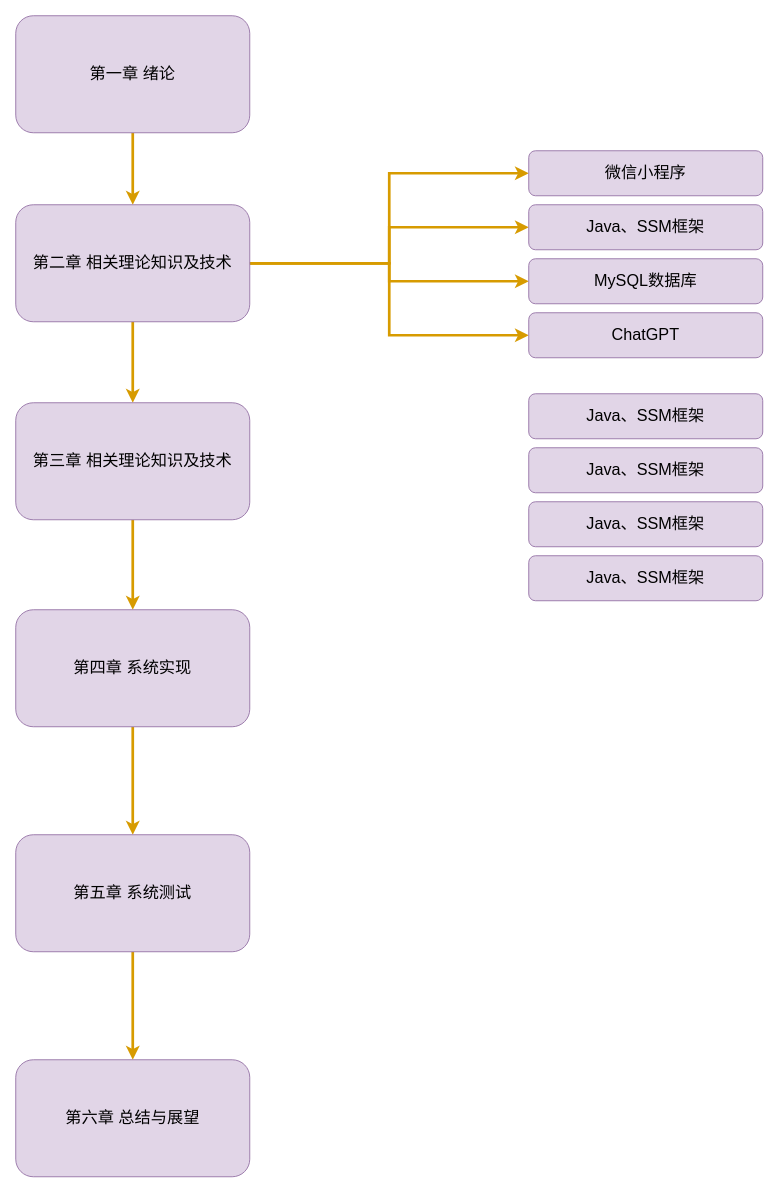
The draw.io diagram 文章结构图.drawio in ov0-0vo/1, before the edit. Source tidied: cells renumbered, new cells numbered last; positions are measured from the earlier drawing's top-left corner, leaving out a move shared by most shapes. Both pictures are drawn from the tidied source at 90%, with x=0, y=0 at pixel (15, 15).
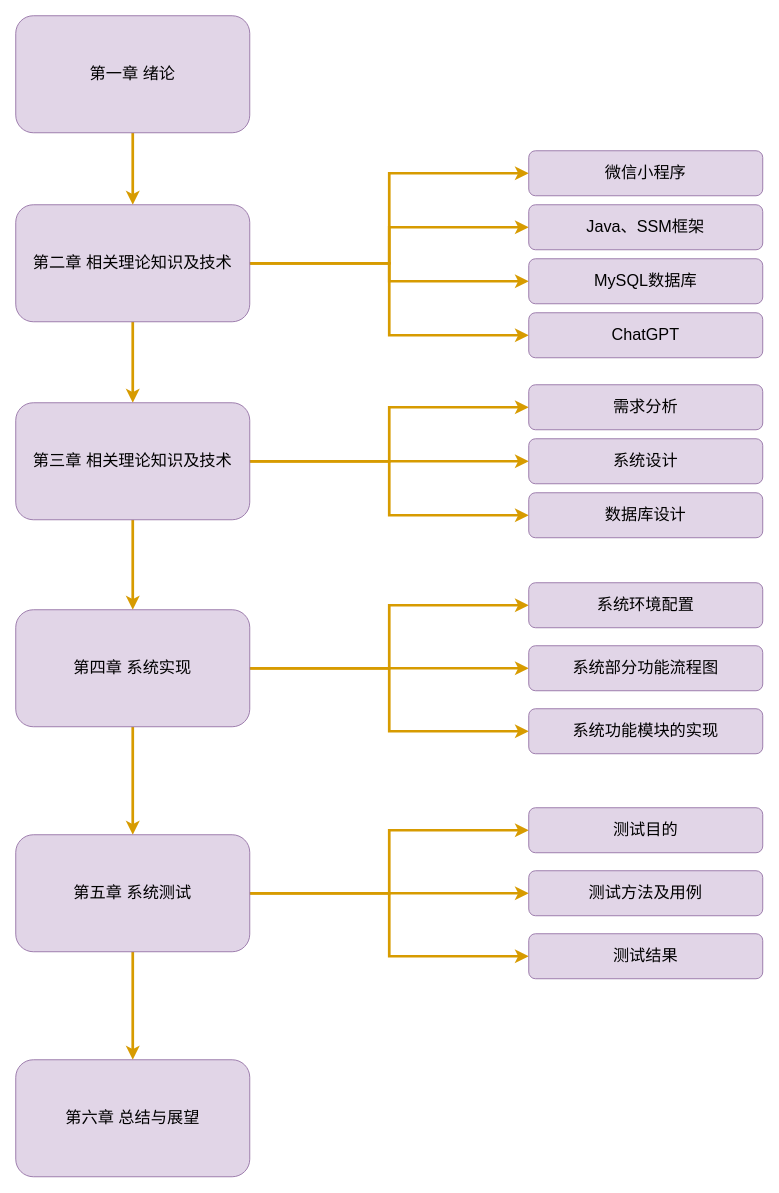
After the change.

Commit message:
更新文章结构图.drawio

Unchanged cells that the change refers to:
```xml
<mxCell id="11" value="第三章 相关理论知识及技术" style="rounded=1;whiteSpace=wrap;html=1;strokeColor=#9673a6;fontFamily=Helvetica;fontSize=18;fontColor=default;fillColor=#e1d5e7;" parent="1" vertex="1">
  <mxGeometry y="430" width="260" height="130" as="geometry" />
</mxCell>
<mxCell id="13" value="第四章 系统实现" style="rounded=1;whiteSpace=wrap;html=1;strokeColor=#9673a6;fontFamily=Helvetica;fontSize=18;fontColor=default;fillColor=#e1d5e7;" parent="1" vertex="1">
  <mxGeometry y="660" width="260" height="130" as="geometry" />
</mxCell>
<mxCell id="15" value="第五章 系统测试" style="rounded=1;whiteSpace=wrap;html=1;strokeColor=#9673a6;fontFamily=Helvetica;fontSize=18;fontColor=default;fillColor=#e1d5e7;" parent="1" vertex="1">
  <mxGeometry y="910" width="260" height="130" as="geometry" />
</mxCell>
```

Change to the diagram source:
```diff
@@
+    <mxCell id="25" style="edgeStyle=orthogonalEdgeStyle;shape=connector;rounded=0;jettySize=auto;html=1;exitX=1;exitY=0.5;exitDx=0;exitDy=0;entryX=0;entryY=0.5;entryDx=0;entryDy=0;labelBackgroundColor=default;strokeColor=#d79b00;strokeWidth=3;fontFamily=Helvetica;fontSize=18;fontColor=default;endArrow=classic;fillColor=#ffe6cc;" parent="1" edge="1" source="11" target="23">
+      <mxGeometry relative="1" as="geometry" />
+    </mxCell>
+    <mxCell id="26" style="edgeStyle=orthogonalEdgeStyle;shape=connector;rounded=0;jettySize=auto;html=1;exitX=1;exitY=0.5;exitDx=0;exitDy=0;entryX=0;entryY=0.5;entryDx=0;entryDy=0;labelBackgroundColor=default;strokeColor=#d79b00;strokeWidth=3;fontFamily=Helvetica;fontSize=18;fontColor=default;endArrow=classic;fillColor=#ffe6cc;" parent="1" edge="1" source="11" target="24">
+      <mxGeometry relative="1" as="geometry" />
+    </mxCell>
+    <mxCell id="27" style="edgeStyle=orthogonalEdgeStyle;shape=connector;rounded=0;jettySize=auto;html=1;exitX=1;exitY=0.5;exitDx=0;exitDy=0;entryX=0;entryY=0.5;entryDx=0;entryDy=0;labelBackgroundColor=default;strokeColor=#d79b00;strokeWidth=3;fontFamily=Helvetica;fontSize=18;fontColor=default;endArrow=classic;fillColor=#ffe6cc;" parent="1" edge="1" source="11" target="22">
+      <mxGeometry relative="1" as="geometry" />
+    </mxCell>
@@
+    <mxCell id="28" style="edgeStyle=orthogonalEdgeStyle;shape=connector;rounded=0;jettySize=auto;html=1;exitX=1;exitY=0.5;exitDx=0;exitDy=0;entryX=0;entryY=0.5;entryDx=0;entryDy=0;labelBackgroundColor=default;strokeColor=#d79b00;strokeWidth=3;fontFamily=Helvetica;fontSize=18;fontColor=default;endArrow=classic;fillColor=#ffe6cc;" parent="1" edge="1" source="13" target="34">
+      <mxGeometry relative="1" as="geometry" />
+    </mxCell>
+    <mxCell id="29" style="edgeStyle=orthogonalEdgeStyle;shape=connector;rounded=0;jettySize=auto;html=1;exitX=1;exitY=0.5;exitDx=0;exitDy=0;entryX=0;entryY=0.5;entryDx=0;entryDy=0;labelBackgroundColor=default;strokeColor=#d79b00;strokeWidth=3;fontFamily=Helvetica;fontSize=18;fontColor=default;endArrow=classic;fillColor=#ffe6cc;" parent="1" edge="1" source="13" target="35">
+      <mxGeometry relative="1" as="geometry" />
+    </mxCell>
+    <mxCell id="30" style="edgeStyle=orthogonalEdgeStyle;shape=connector;rounded=0;jettySize=auto;html=1;exitX=1;exitY=0.5;exitDx=0;exitDy=0;entryX=0;entryY=0.5;entryDx=0;entryDy=0;labelBackgroundColor=default;strokeColor=#d79b00;strokeWidth=3;fontFamily=Helvetica;fontSize=18;fontColor=default;endArrow=classic;fillColor=#ffe6cc;" parent="1" edge="1" source="13" target="36">
+      <mxGeometry relative="1" as="geometry" />
+    </mxCell>
@@
+    <mxCell id="31" style="edgeStyle=orthogonalEdgeStyle;shape=connector;rounded=0;jettySize=auto;html=1;exitX=1;exitY=0.5;exitDx=0;exitDy=0;entryX=0;entryY=0.5;entryDx=0;entryDy=0;labelBackgroundColor=default;strokeColor=#d79b00;strokeWidth=3;fontFamily=Helvetica;fontSize=18;fontColor=default;endArrow=classic;fillColor=#ffe6cc;" parent="1" edge="1" source="15" target="37">
+      <mxGeometry relative="1" as="geometry" />
+    </mxCell>
+    <mxCell id="32" style="edgeStyle=orthogonalEdgeStyle;shape=connector;rounded=0;jettySize=auto;html=1;exitX=1;exitY=0.5;exitDx=0;exitDy=0;entryX=0;entryY=0.5;entryDx=0;entryDy=0;labelBackgroundColor=default;strokeColor=#d79b00;strokeWidth=3;fontFamily=Helvetica;fontSize=18;fontColor=default;endArrow=classic;fillColor=#ffe6cc;" parent="1" edge="1" source="15" target="38">
+      <mxGeometry relative="1" as="geometry" />
+    </mxCell>
+    <mxCell id="33" style="edgeStyle=orthogonalEdgeStyle;shape=connector;rounded=0;jettySize=auto;html=1;exitX=1;exitY=0.5;exitDx=0;exitDy=0;entryX=0;entryY=0.5;entryDx=0;entryDy=0;labelBackgroundColor=default;strokeColor=#d79b00;strokeWidth=3;fontFamily=Helvetica;fontSize=18;fontColor=default;endArrow=classic;fillColor=#ffe6cc;" parent="1" edge="1" source="15" target="39">
+      <mxGeometry relative="1" as="geometry" />
+    </mxCell>
@@
-    <mxCell id="21" value="Java、SSM框架" style="rounded=1;whiteSpace=wrap;html=1;strokeColor=#9673a6;fontFamily=Helvetica;fontSize=18;fontColor=default;fillColor=#e1d5e7;" parent="1" vertex="1">
-      <mxGeometry x="570" y="600" width="260" height="50" as="geometry" />
-    </mxCell>
-    <mxCell id="22" value="Java、SSM框架" style="rounded=1;whiteSpace=wrap;html=1;strokeColor=#9673a6;fontFamily=Helvetica;fontSize=18;fontColor=default;fillColor=#e1d5e7;" parent="1" vertex="1">
-      <mxGeometry x="570" y="540" width="260" height="50" as="geometry" />
+    <mxCell id="22" value="数据库设计" style="rounded=1;whiteSpace=wrap;html=1;strokeColor=#9673a6;fontFamily=Helvetica;fontSize=18;fontColor=default;fillColor=#e1d5e7;" parent="1" vertex="1">
+      <mxGeometry x="570" y="530" width="260" height="50" as="geometry" />
     </mxCell>
-    <mxCell id="23" value="Java、SSM框架" style="rounded=1;whiteSpace=wrap;html=1;strokeColor=#9673a6;fontFamily=Helvetica;fontSize=18;fontColor=default;fillColor=#e1d5e7;" parent="1" vertex="1">
-      <mxGeometry x="570" y="420" width="260" height="50" as="geometry" />
+    <mxCell id="23" value="需求分析" style="rounded=1;whiteSpace=wrap;html=1;strokeColor=#9673a6;fontFamily=Helvetica;fontSize=18;fontColor=default;fillColor=#e1d5e7;" parent="1" vertex="1">
+      <mxGeometry x="570" y="410" width="260" height="50" as="geometry" />
     </mxCell>
-    <mxCell id="24" value="Java、SSM框架" style="rounded=1;whiteSpace=wrap;html=1;strokeColor=#9673a6;fontFamily=Helvetica;fontSize=18;fontColor=default;fillColor=#e1d5e7;" parent="1" vertex="1">
-      <mxGeometry x="570" y="480" width="260" height="50" as="geometry" />
+    <mxCell id="24" value="系统设计" style="rounded=1;whiteSpace=wrap;html=1;strokeColor=#9673a6;fontFamily=Helvetica;fontSize=18;fontColor=default;fillColor=#e1d5e7;" parent="1" vertex="1">
+      <mxGeometry x="570" y="470" width="260" height="50" as="geometry" />
     </mxCell>
+    <mxCell id="34" value="系统环境配置" style="rounded=1;whiteSpace=wrap;html=1;strokeColor=#9673a6;fontFamily=Helvetica;fontSize=18;fontColor=default;fillColor=#e1d5e7;" parent="1" vertex="1">
+      <mxGeometry x="570" y="630" width="260" height="50" as="geometry" />
+    </mxCell>
+    <mxCell id="35" value="系统部分功能流程图" style="rounded=1;whiteSpace=wrap;html=1;strokeColor=#9673a6;fontFamily=Helvetica;fontSize=18;fontColor=default;fillColor=#e1d5e7;" parent="1" vertex="1">
+      <mxGeometry x="570" y="700" width="260" height="50" as="geometry" />
+    </mxCell>
+    <mxCell id="36" value="系统功能模块的实现" style="rounded=1;whiteSpace=wrap;html=1;strokeColor=#9673a6;fontFamily=Helvetica;fontSize=18;fontColor=default;fillColor=#e1d5e7;" parent="1" vertex="1">
+      <mxGeometry x="570" y="770" width="260" height="50" as="geometry" />
+    </mxCell>
+    <mxCell id="37" value="测试目的" style="rounded=1;whiteSpace=wrap;html=1;strokeColor=#9673a6;fontFamily=Helvetica;fontSize=18;fontColor=default;fillColor=#e1d5e7;" parent="1" vertex="1">
+      <mxGeometry x="570" y="880" width="260" height="50" as="geometry" />
+    </mxCell>
+    <mxCell id="38" value="测试方法及用例" style="rounded=1;whiteSpace=wrap;html=1;strokeColor=#9673a6;fontFamily=Helvetica;fontSize=18;fontColor=default;fillColor=#e1d5e7;" parent="1" vertex="1">
+      <mxGeometry x="570" y="950" width="260" height="50" as="geometry" />
+    </mxCell>
+    <mxCell id="39" value="测试结果" style="rounded=1;whiteSpace=wrap;html=1;strokeColor=#9673a6;fontFamily=Helvetica;fontSize=18;fontColor=default;fillColor=#e1d5e7;" parent="1" vertex="1">
+      <mxGeometry x="570" y="1020" width="260" height="50" as="geometry" />
+    </mxCell>
```
